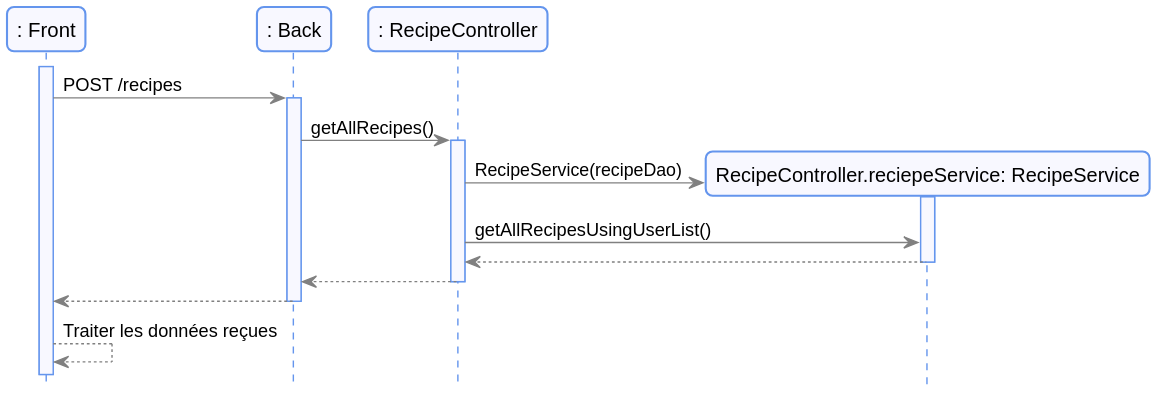
romainvacheret/wadge-backend keeps this PlantUML diagram as docs/diagram/out/recipesFilterByList.svg. Above is the earlier version. The source it was exported from:
```plantuml
@startuml recipesFilterByList
    !include ../style/commons.style

    participant ": Front" as ft
    participant ": Back" as bk
    participant ": RecipeController" as rc

    activate ft
    ft -> bk : POST /recipes
    activate bk
    bk -> rc : getAllRecipes()
    activate rc
    create "RecipeController.reciepeService: RecipeService" as rs
    rc -> rs : RecipeService(recipeDao)
    activate rs
    rc -> rs : getAllRecipesUsingUserList()
    rs --> rc
    deactivate rs
    rc --> bk
    deactivate rc
    bk --> ft
    deactivate bk
    ft <-- ft: Traiter les données reçues

@enduml
```
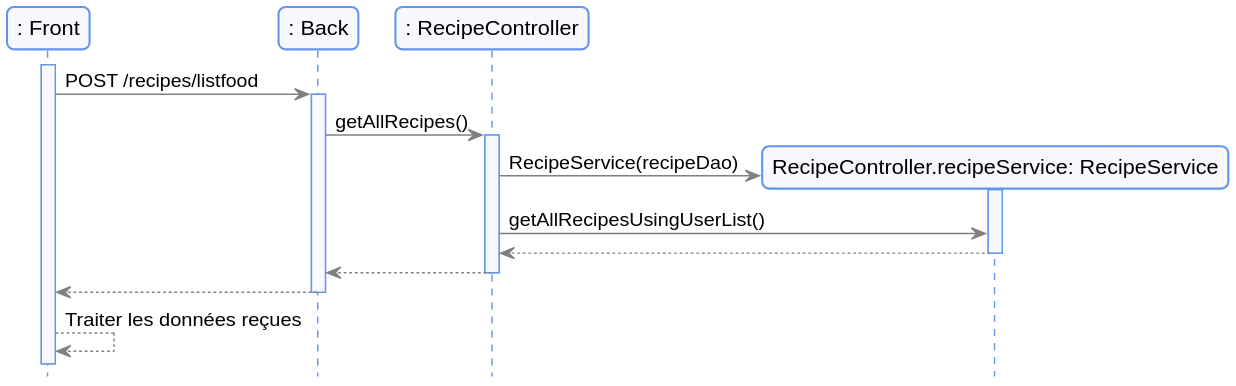
Later version of the same file.

The edit, as a diff of the source:
```diff
@@ -6,11 +6,11 @@
     participant ": RecipeController" as rc
 
     activate ft
-    ft -> bk : POST /recipes
+    ft -> bk : POST /recipes/listfood
     activate bk
     bk -> rc : getAllRecipes()
     activate rc
-    create "RecipeController.reciepeService: RecipeService" as rs
+    create "RecipeController.recipeService: RecipeService" as rs
     rc -> rs : RecipeService(recipeDao)
     activate rs
     rc -> rs : getAllRecipesUsingUserList()
```
